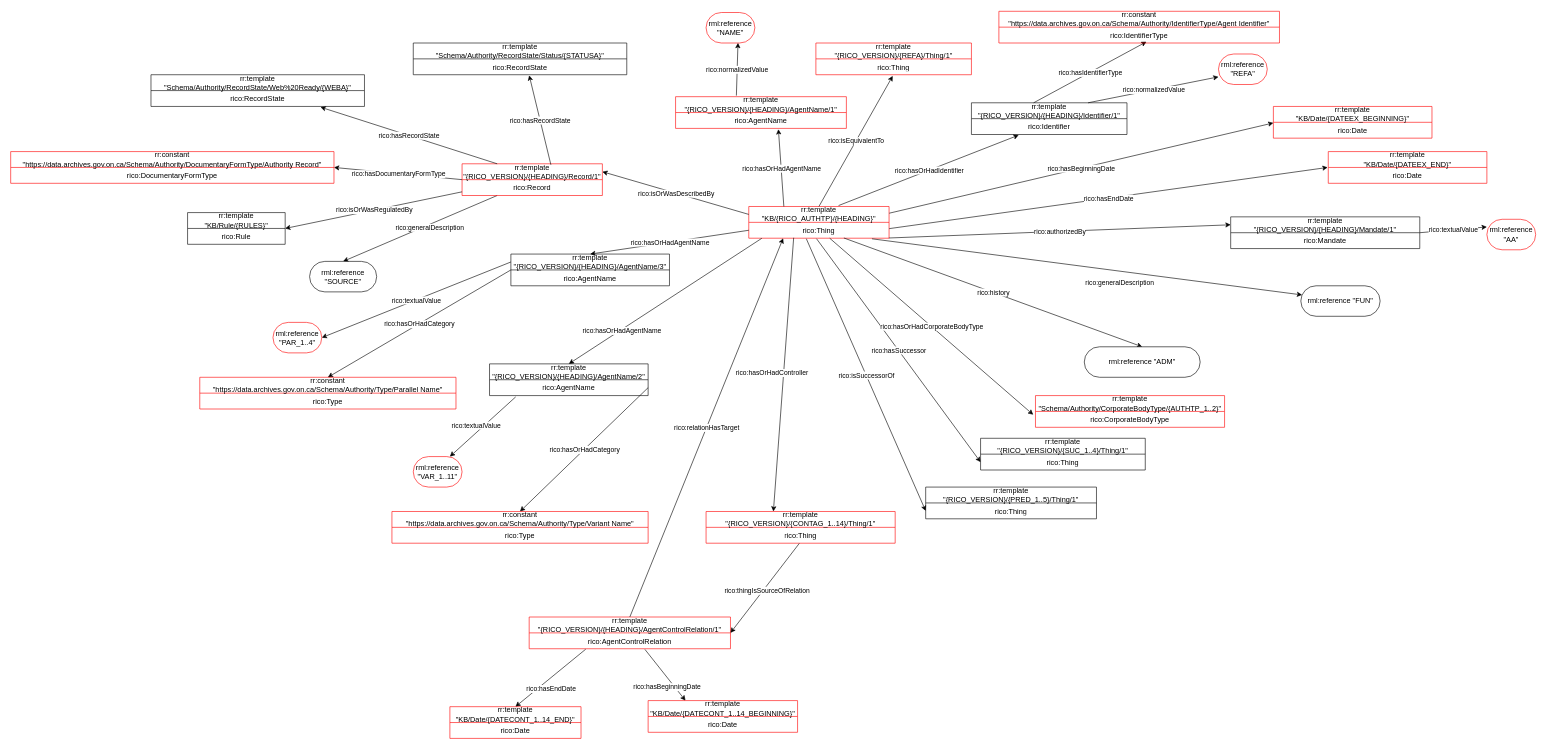
Above: gbad/schema/authority/General Authority to RiC-O Model_2024-11-13_PZ.drawio in gbad-project/records_in_contexts_draw_io_parser (draw.io), before the change. Source tidied: cells renumbered, new cells numbered last; positions are measured from the earlier drawing's top-left corner, leaving out a move shared by most shapes. Both pictures are drawn from the tidied source at 61%, with x=0, y=0 at pixel (10, 11).
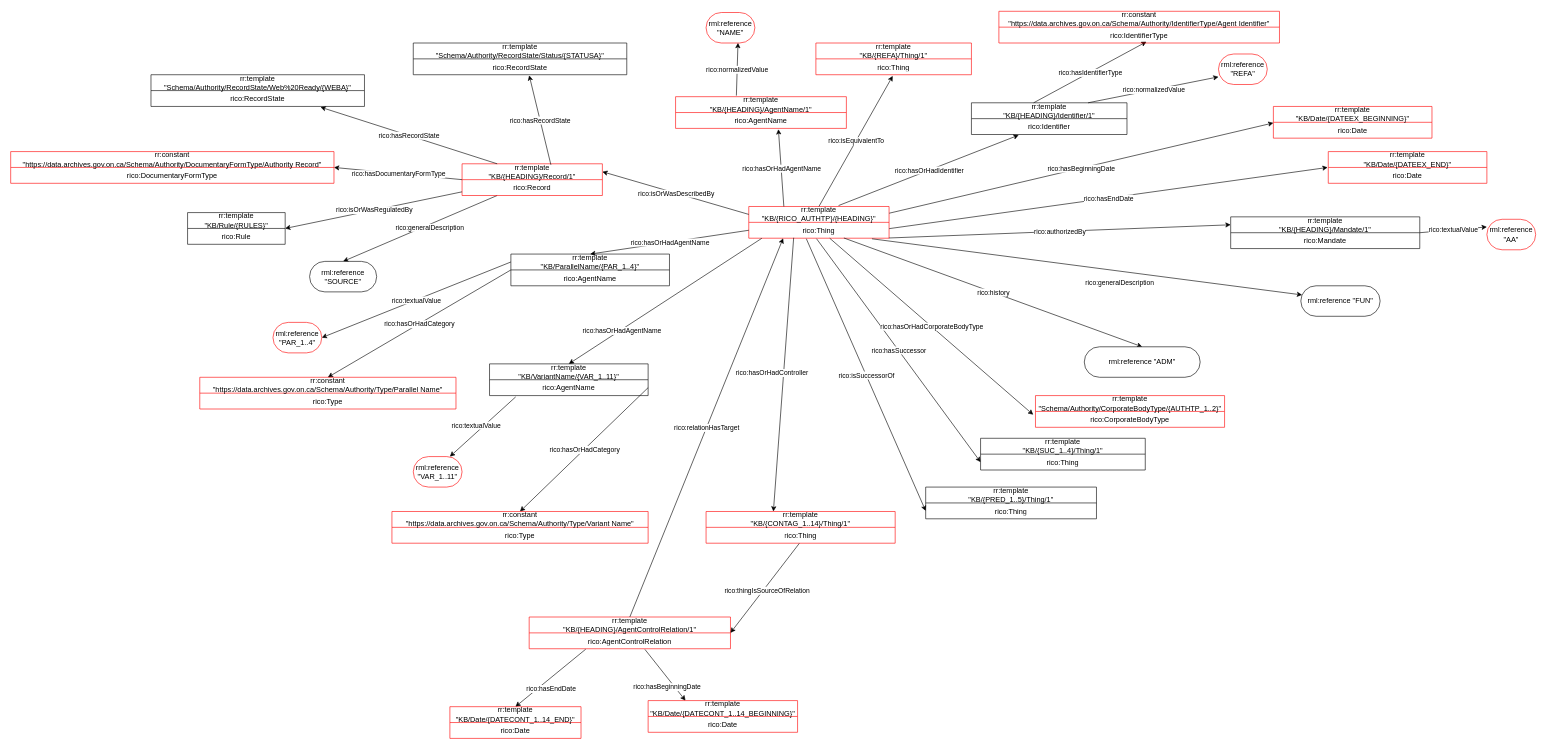
After the change.

Commit message (it also covers changes not shown here):
Start converting URIs in general Authority graph to unified KB format

Diff of the diagram source:
```diff
@@
-    <mxCell id="7" value="&lt;span style=&quot;background-color: initial;&quot;&gt;rr:template&lt;br&gt;&quot;&lt;/span&gt;{RICO_VERSION}&lt;span style=&quot;background-color: initial;&quot;&gt;/&lt;/span&gt;{HEADING}/Identifier/1&quot;" style="swimlane;fontStyle=0;horizontal=1;startSize=26;fillColor=none;whiteSpace=wrap;html=1;" parent="1" vertex="1">
+    <mxCell id="7" value="&lt;span style=&quot;background-color: initial;&quot;&gt;rr:template&lt;br&gt;&quot;&lt;/span&gt;KB&lt;span style=&quot;background-color: initial;&quot;&gt;/&lt;/span&gt;{HEADING}/Identifier/1&quot;" style="swimlane;fontStyle=0;horizontal=1;startSize=26;fillColor=none;whiteSpace=wrap;html=1;" parent="1" vertex="1">
       <mxGeometry x="1575" y="150" width="255" height="52" as="geometry" />
     </mxCell>
@@
-    <mxCell id="13" value="&lt;div&gt;&lt;span style=&quot;background-color: initial;&quot;&gt;rr:template&lt;br&gt;&quot;&lt;/span&gt;{RICO_VERSION}&lt;span style=&quot;background-color: initial;&quot;&gt;/&lt;/span&gt;{HEADING}/AgentName/1&quot;&lt;/div&gt;" style="swimlane;fontStyle=0;horizontal=1;startSize=26;fillColor=none;whiteSpace=wrap;html=1;strokeColor=#FF0000;" parent="1" vertex="1">
+    <mxCell id="13" value="&lt;div&gt;&lt;span style=&quot;background-color: initial;&quot;&gt;rr:template&lt;br&gt;&quot;&lt;/span&gt;KB&lt;span style=&quot;background-color: initial;&quot;&gt;/&lt;/span&gt;{HEADING}/AgentName/1&quot;&lt;/div&gt;" style="swimlane;fontStyle=0;horizontal=1;startSize=26;fillColor=none;whiteSpace=wrap;html=1;strokeColor=#FF0000;" parent="1" vertex="1">
       <mxGeometry x="1090" y="140" width="280" height="52" as="geometry" />
     </mxCell>
@@
-    <mxCell id="25" value="&lt;span style=&quot;background-color: initial;&quot;&gt;rr:template&lt;br&gt;&quot;&lt;/span&gt;{RICO_VERSION}&lt;span style=&quot;background-color: initial;&quot;&gt;/&lt;/span&gt;{HEADING}/Mandate/1&quot;" style="swimlane;fontStyle=0;horizontal=1;startSize=26;fillColor=none;whiteSpace=wrap;html=1;" parent="1" vertex="1">
+    <mxCell id="25" value="&lt;span style=&quot;background-color: initial;&quot;&gt;rr:template&lt;br&gt;&quot;&lt;/span&gt;KB&lt;span style=&quot;background-color: initial;&quot;&gt;/&lt;/span&gt;{HEADING}/Mandate/1&quot;" style="swimlane;fontStyle=0;horizontal=1;startSize=26;fillColor=none;whiteSpace=wrap;html=1;" parent="1" vertex="1">
       <mxGeometry x="2000" y="337" width="310" height="52" as="geometry" />
     </mxCell>
@@
-    <mxCell id="35" value="&lt;span style=&quot;background-color: initial;&quot;&gt;rr:template&lt;br&gt;&quot;&lt;/span&gt;{RICO_VERSION}&lt;span style=&quot;background-color: initial;&quot;&gt;/&lt;/span&gt;{HEADING}/Record/1&quot;" style="swimlane;fontStyle=0;horizontal=1;startSize=26;fillColor=none;whiteSpace=wrap;html=1;strokeColor=#FF0000;" parent="1" vertex="1">
+    <mxCell id="35" value="&lt;span style=&quot;background-color: initial;&quot;&gt;rr:template&lt;br&gt;&quot;&lt;/span&gt;KB&lt;span style=&quot;background-color: initial;&quot;&gt;/&lt;/span&gt;{HEADING}/Record/1&quot;" style="swimlane;fontStyle=0;horizontal=1;startSize=26;fillColor=none;whiteSpace=wrap;html=1;strokeColor=#FF0000;" parent="1" vertex="1">
       <mxGeometry x="740" y="250" width="230" height="52" as="geometry" />
     </mxCell>
@@
-    <mxCell id="58" value="rr:template&lt;br&gt;&lt;span style=&quot;background-color: initial;&quot;&gt;&quot;&lt;/span&gt;{RICO_VERSION}&lt;span style=&quot;background-color: initial;&quot;&gt;/{REFA}/Thing/1&quot;&lt;/span&gt;" style="swimlane;fontStyle=0;horizontal=1;startSize=26;fillColor=none;whiteSpace=wrap;html=1;strokeColor=#FF0000;" parent="1" vertex="1">
+    <mxCell id="58" value="rr:template&lt;br&gt;&lt;span style=&quot;background-color: initial;&quot;&gt;&quot;&lt;/span&gt;KB&lt;span style=&quot;background-color: initial;&quot;&gt;/{REFA}/Thing/1&quot;&lt;/span&gt;" style="swimlane;fontStyle=0;horizontal=1;startSize=26;fillColor=none;whiteSpace=wrap;html=1;strokeColor=#FF0000;" parent="1" vertex="1">
       <mxGeometry x="1320" y="52" width="255" height="52" as="geometry" />
     </mxCell>
@@
-    <mxCell id="72" value="rr:template&lt;div&gt;&quot;{RICO_VERSION}/{CONTAG_1..14}/Thing/1&quot;&lt;/div&gt;" style="swimlane;fontStyle=0;horizontal=1;startSize=26;fillColor=none;whiteSpace=wrap;html=1;strokeColor=#FF0000;" parent="1" vertex="1">
+    <mxCell id="72" value="rr:template&lt;div&gt;&quot;KB/{CONTAG_1..14}/Thing/1&quot;&lt;/div&gt;" style="swimlane;fontStyle=0;horizontal=1;startSize=26;fillColor=none;whiteSpace=wrap;html=1;strokeColor=#FF0000;" parent="1" vertex="1">
       <mxGeometry x="1140" y="820" width="310" height="52" as="geometry" />
     </mxCell>
@@
-    <mxCell id="74" value="rr:template&lt;div&gt;&quot;{RICO_VERSION}/{HEADING}/AgentControlRelation/1&quot;&lt;/div&gt;" style="swimlane;fontStyle=0;horizontal=1;startSize=26;fillColor=none;whiteSpace=wrap;html=1;strokeColor=#FF0000;" parent="1" vertex="1">
+    <mxCell id="74" value="rr:template&lt;div&gt;&quot;KB/{HEADING}/AgentControlRelation/1&quot;&lt;/div&gt;" style="swimlane;fontStyle=0;horizontal=1;startSize=26;fillColor=none;whiteSpace=wrap;html=1;strokeColor=#FF0000;" parent="1" vertex="1">
       <mxGeometry x="850" y="993" width="330" height="52" as="geometry" />
     </mxCell>
@@
-    <mxCell id="90" value="&lt;div&gt;&lt;span style=&quot;background-color: initial;&quot;&gt;rr:template&lt;br&gt;&quot;&lt;/span&gt;{RICO_VERSION}&lt;span style=&quot;background-color: initial;&quot;&gt;/&lt;/span&gt;{HEADING}/AgentName/2&quot;&lt;/div&gt;" style="swimlane;fontStyle=0;horizontal=1;startSize=26;fillColor=none;whiteSpace=wrap;html=1;" parent="1" vertex="1">
+    <mxCell id="90" value="&lt;div&gt;&lt;span style=&quot;background-color: initial;&quot;&gt;rr:template&lt;br&gt;&quot;&lt;/span&gt;KB&lt;span style=&quot;background-color: initial;&quot;&gt;/&lt;/span&gt;VariantName/&lt;span style=&quot;background-color: initial;&quot;&gt;{&lt;/span&gt;VAR_1..11&lt;span style=&quot;background-color: initial;&quot;&gt;}&lt;/span&gt;&lt;span style=&quot;background-color: initial;&quot;&gt;&quot;&lt;/span&gt;&lt;/div&gt;" style="swimlane;fontStyle=0;horizontal=1;startSize=26;fillColor=none;whiteSpace=wrap;html=1;" parent="1" vertex="1">
       <mxGeometry x="785" y="578" width="260" height="52" as="geometry" />
     </mxCell>
@@
-    <mxCell id="97" value="&lt;div&gt;&lt;span style=&quot;background-color: initial;&quot;&gt;rr:template&lt;br&gt;&lt;/span&gt;&lt;span style=&quot;background-color: initial;&quot;&gt;&quot;&lt;/span&gt;{RICO_VERSION}&lt;span style=&quot;background-color: initial;&quot;&gt;/&lt;/span&gt;&lt;span style=&quot;background-color: initial;&quot;&gt;{&lt;/span&gt;PRED_1..5&lt;span style=&quot;background-color: initial;&quot;&gt;}/Thing/1&quot;&lt;/span&gt;&lt;/div&gt;" style="swimlane;fontStyle=0;horizontal=1;startSize=26;fillColor=none;whiteSpace=wrap;html=1;strokeColor=#000000;" parent="1" vertex="1">
+    <mxCell id="97" value="&lt;div&gt;&lt;span style=&quot;background-color: initial;&quot;&gt;rr:template&lt;br&gt;&lt;/span&gt;&lt;span style=&quot;background-color: initial;&quot;&gt;&quot;&lt;/span&gt;KB&lt;span style=&quot;background-color: initial;&quot;&gt;/&lt;/span&gt;&lt;span style=&quot;background-color: initial;&quot;&gt;{&lt;/span&gt;PRED_1..5&lt;span style=&quot;background-color: initial;&quot;&gt;}/Thing/1&quot;&lt;/span&gt;&lt;/div&gt;" style="swimlane;fontStyle=0;horizontal=1;startSize=26;fillColor=none;whiteSpace=wrap;html=1;strokeColor=#000000;" parent="1" vertex="1">
       <mxGeometry x="1500" y="780" width="280" height="52" as="geometry" />
     </mxCell>
@@
-    <mxCell id="101" value="&lt;span style=&quot;background-color: initial;&quot;&gt;rr:template&lt;br&gt;&lt;/span&gt;&lt;div&gt;&lt;span style=&quot;background-color: initial;&quot;&gt;&quot;{RICO_VERSION}/&lt;/span&gt;&lt;span style=&quot;background-color: initial;&quot;&gt;{&lt;/span&gt;SUC_1..4&lt;span style=&quot;background-color: initial;&quot;&gt;}/Thing/1&quot;&lt;/span&gt;&lt;/div&gt;" style="swimlane;fontStyle=0;horizontal=1;startSize=26;fillColor=none;whiteSpace=wrap;html=1;strokeColor=#000000;" parent="1" vertex="1">
+    <mxCell id="101" value="&lt;span style=&quot;background-color: initial;&quot;&gt;rr:template&lt;br&gt;&lt;/span&gt;&lt;div&gt;&lt;span style=&quot;background-color: initial;&quot;&gt;&quot;KB/&lt;/span&gt;&lt;span style=&quot;background-color: initial;&quot;&gt;{&lt;/span&gt;SUC_1..4&lt;span style=&quot;background-color: initial;&quot;&gt;}/Thing/1&quot;&lt;/span&gt;&lt;/div&gt;" style="swimlane;fontStyle=0;horizontal=1;startSize=26;fillColor=none;whiteSpace=wrap;html=1;strokeColor=#000000;" parent="1" vertex="1">
       <mxGeometry x="1590" y="700" width="270" height="52" as="geometry" />
     </mxCell>
@@
-    <mxCell id="105" value="&lt;div&gt;&lt;span style=&quot;background-color: initial;&quot;&gt;rr:template&lt;br&gt;&quot;&lt;/span&gt;{RICO_VERSION}&lt;span style=&quot;background-color: initial;&quot;&gt;/&lt;/span&gt;{HEADING}/AgentName/3&quot;&lt;/div&gt;" style="swimlane;fontStyle=0;horizontal=1;startSize=26;fillColor=none;whiteSpace=wrap;html=1;" parent="1" vertex="1">
+    <mxCell id="105" value="&lt;div&gt;&lt;span style=&quot;background-color: initial;&quot;&gt;rr:template&lt;br&gt;&quot;&lt;/span&gt;KB&lt;span style=&quot;background-color: initial;&quot;&gt;/Parallel&lt;/span&gt;Name/&lt;span style=&quot;background-color: initial;&quot;&gt;{&lt;/span&gt;PAR_1..4&lt;span style=&quot;background-color: initial;&quot;&gt;}&lt;/span&gt;&lt;span style=&quot;background-color: initial;&quot;&gt;&quot;&lt;/span&gt;&lt;/div&gt;" style="swimlane;fontStyle=0;horizontal=1;startSize=26;fillColor=none;whiteSpace=wrap;html=1;" parent="1" vertex="1">
       <mxGeometry x="820" y="398" width="260" height="52" as="geometry" />
     </mxCell>
```
